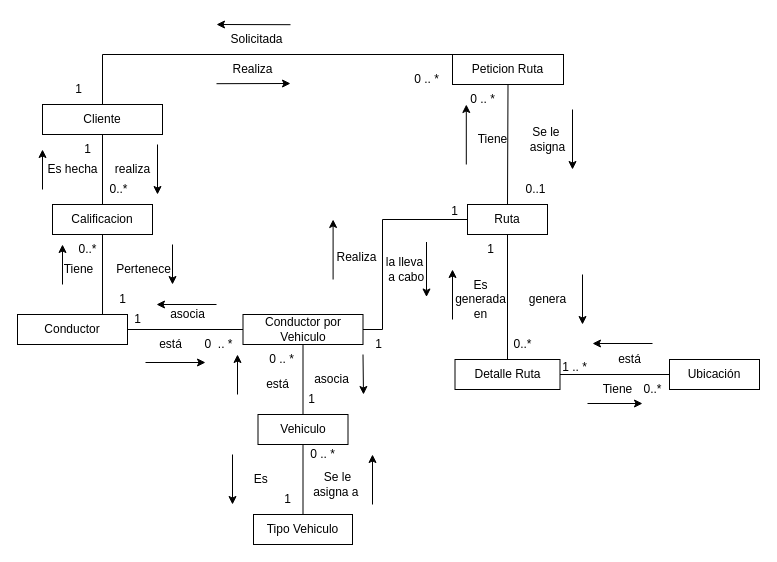
The draw.io diagram ExtraClase/Modelado de Dominio/Modelo anemico/ModeloDominio.drawio in federico1605/RepositorioDOO, before the edit. Source tidied: cells renumbered, new cells numbered last; positions are measured from the earlier drawing's top-left corner, leaving out a move shared by most shapes. Both pictures are drawn from the tidied source at 100%, with x=0, y=0 at pixel (17, 24).
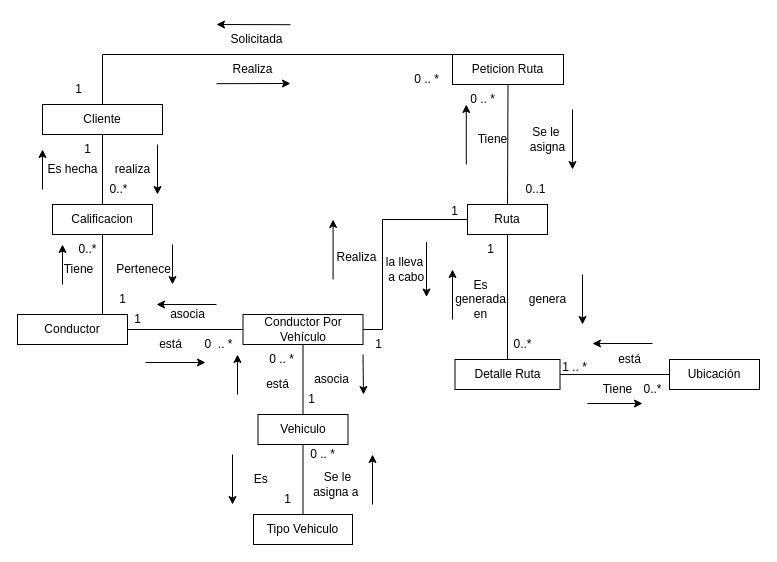
The same diagram, later.

Diff of the diagram source:
```diff
@@
-    <mxCell id="31" value="Conductor por Vehiculo" style="rounded=0;whiteSpace=wrap;html=1;" parent="1" vertex="1">
+    <mxCell id="31" value="Conductor Por Vehículo" style="rounded=0;whiteSpace=wrap;html=1;" parent="1" vertex="1">
       <mxGeometry x="225.5" y="290" width="120" height="30" as="geometry" />
     </mxCell>
```
